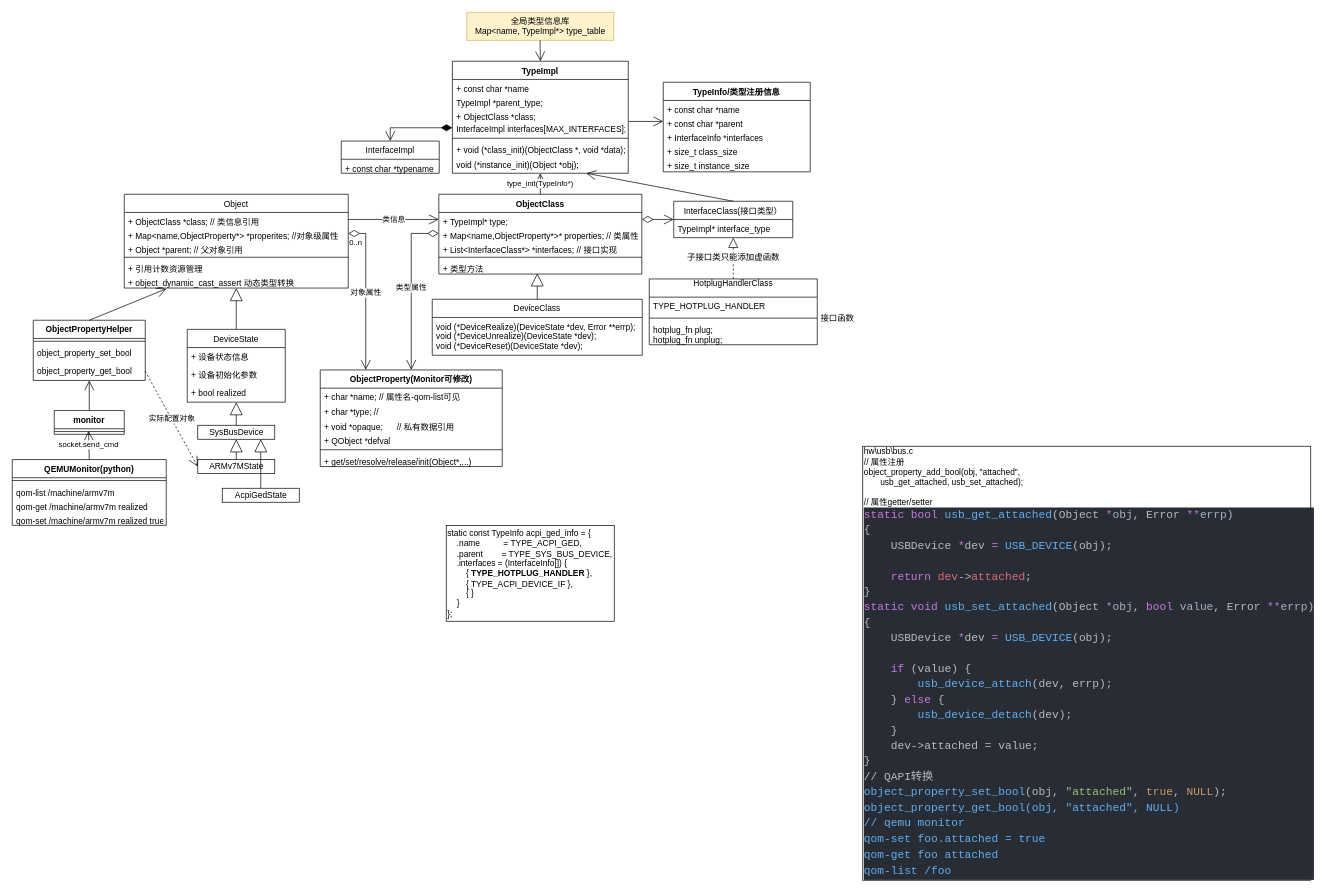
Above: QOM-BigArch.drawio in youtubezou/A-thinking-in-linux (draw.io), before the change. Source tidied: cells renumbered, new cells numbered last; positions are measured from the earlier drawing's top-left corner, leaving out a move shared by most shapes. Both pictures are drawn from the tidied source at 70%, with x=0, y=0 at pixel (12, 12).
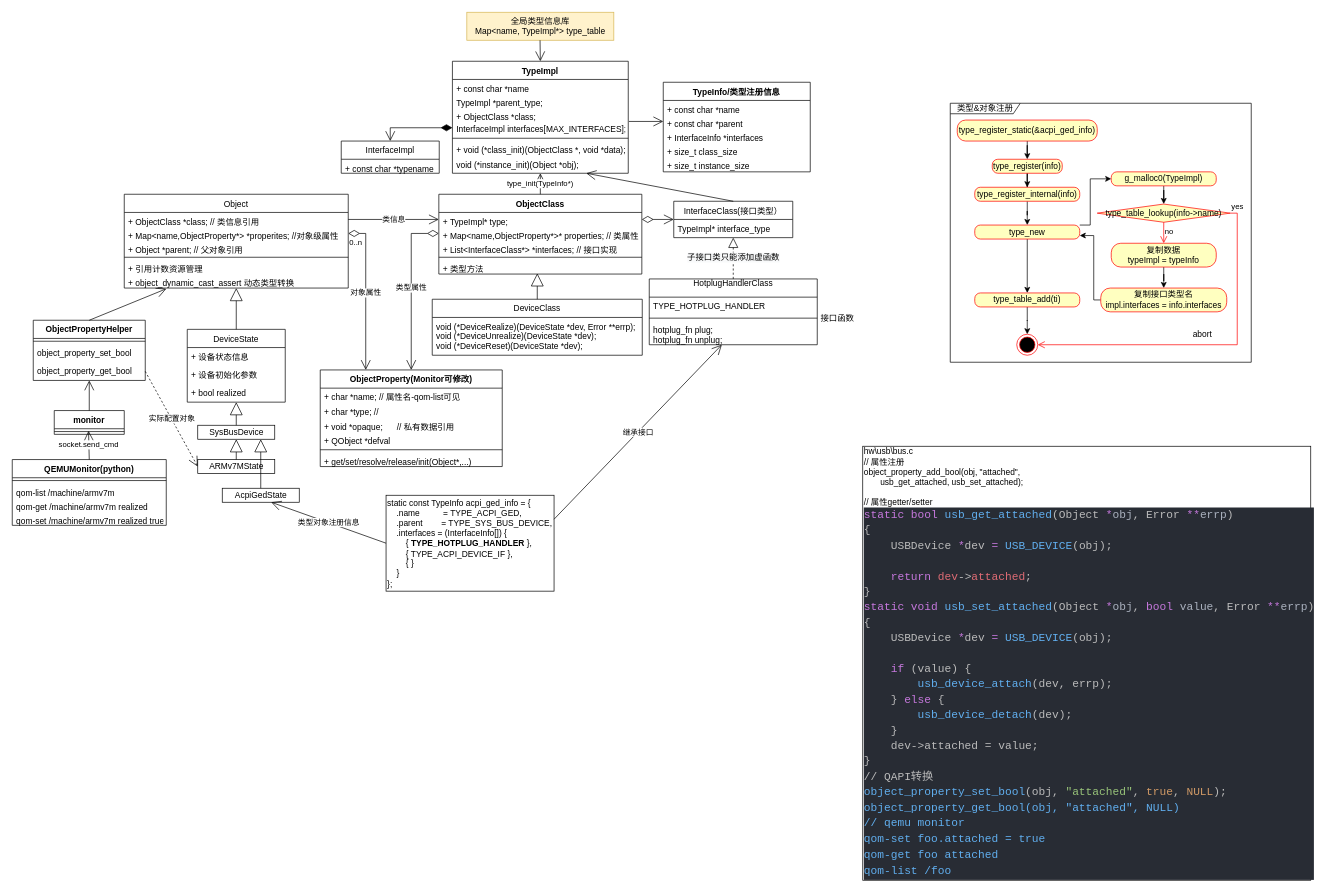
The same page after the edit.

The change refers to these unchanged cells:
```xml
<mxCell id="24" value="hotplug_fn plug;&#10;hotplug_fn unplug;" style="text;strokeColor=none;fillColor=none;align=left;verticalAlign=top;spacingLeft=4;spacingRight=4;overflow=hidden;points=[[0,0.5],[1,0.5]];portConstraint=eastwest;" parent="21" vertex="1">
  <mxGeometry y="60" width="240" height="34" as="geometry" />
</mxCell>
<mxCell id="83" value="AcpiGedState" style="html=1;" parent="1" vertex="1">
  <mxGeometry x="300" y="680" width="110" height="20" as="geometry" />
</mxCell>
```

What changed in the source:
```diff
@@
+    <mxCell id="87" value="类型&amp;amp;对象注册" style="shape=umlFrame;whiteSpace=wrap;html=1;width=100;height=15;swimlaneFillColor=default;" parent="1" vertex="1">
+      <mxGeometry x="1340" y="130" width="430" height="370" as="geometry" />
+    </mxCell>
@@
     <mxCell id="86" value="&lt;div&gt;static const TypeInfo acpi_ged_info = {&lt;/div&gt;&lt;div&gt;&amp;nbsp; &amp;nbsp; .name&amp;nbsp; &amp;nbsp; &amp;nbsp; &amp;nbsp; &amp;nbsp; = TYPE_ACPI_GED,&lt;/div&gt;&lt;div&gt;&amp;nbsp; &amp;nbsp; .parent&amp;nbsp; &amp;nbsp; &amp;nbsp; &amp;nbsp; = TYPE_SYS_BUS_DEVICE,&lt;/div&gt;&lt;div&gt;&amp;nbsp; &amp;nbsp; .interfaces = (InterfaceInfo[]) {&lt;/div&gt;&lt;div&gt;&amp;nbsp; &amp;nbsp; &amp;nbsp; &amp;nbsp; { &lt;b&gt;TYPE_HOTPLUG_HANDLER &lt;/b&gt;},&lt;/div&gt;&lt;div&gt;&amp;nbsp; &amp;nbsp; &amp;nbsp; &amp;nbsp; { TYPE_ACPI_DEVICE_IF },&lt;/div&gt;&lt;div&gt;&amp;nbsp; &amp;nbsp; &amp;nbsp; &amp;nbsp; { }&lt;/div&gt;&lt;div&gt;&amp;nbsp; &amp;nbsp; }&lt;/div&gt;&lt;div&gt;};&lt;/div&gt;" style="html=1;align=left;" parent="1" vertex="1">
-      <mxGeometry x="620" y="733" width="240" height="137" as="geometry" />
+      <mxGeometry x="534" y="690" width="240" height="137" as="geometry" />
     </mxCell>
+    <mxCell id="88" value="类型对象注册信息" style="endArrow=open;endFill=1;endSize=12;html=1;rounded=0;entryX=0.636;entryY=1;entryDx=0;entryDy=0;entryPerimeter=0;exitX=0;exitY=0.5;exitDx=0;exitDy=0;" parent="1" edge="1" source="86" target="83">
+      <mxGeometry relative="1" as="geometry" />
+    </mxCell>
+    <mxCell id="89" value="继承接口" style="endArrow=open;endFill=1;endSize=12;html=1;rounded=0;exitX=1;exitY=0.25;exitDx=0;exitDy=0;" parent="1" edge="1" source="86" target="24">
+      <mxGeometry relative="1" as="geometry" />
+    </mxCell>
+    <mxCell id="90" style="edgeStyle=orthogonalEdgeStyle;rounded=0;jettySize=auto;html=1;" parent="1" edge="1" source="91" target="93">
+      <mxGeometry relative="1" as="geometry" />
+    </mxCell>
+    <mxCell id="91" value="type_register_static(&amp;amp;acpi_ged_info)" style="rounded=1;whiteSpace=wrap;html=1;arcSize=40;fontColor=#000000;fillColor=#ffffc0;strokeColor=#ff0000;" parent="1" vertex="1">
+      <mxGeometry x="1350" y="154" width="200" height="30" as="geometry" />
+    </mxCell>
+    <mxCell id="92" style="edgeStyle=orthogonalEdgeStyle;rounded=0;jettySize=auto;html=1;" parent="1" edge="1" source="93" target="95">
+      <mxGeometry relative="1" as="geometry" />
+    </mxCell>
+    <mxCell id="93" value="type_register(info)" style="rounded=1;whiteSpace=wrap;html=1;arcSize=40;fontColor=#000000;fillColor=#ffffc0;strokeColor=#ff0000;" parent="1" vertex="1">
+      <mxGeometry x="1400" y="210" width="100" height="20" as="geometry" />
+    </mxCell>
+    <mxCell id="94" style="edgeStyle=orthogonalEdgeStyle;rounded=0;jettySize=auto;html=1;" parent="1" edge="1" source="95" target="98">
+      <mxGeometry relative="1" as="geometry" />
+    </mxCell>
+    <mxCell id="95" value="type_register_internal(info)" style="rounded=1;whiteSpace=wrap;html=1;arcSize=40;fontColor=#000000;fillColor=#ffffc0;strokeColor=#ff0000;" parent="1" vertex="1">
+      <mxGeometry x="1375" y="250" width="150" height="20" as="geometry" />
+    </mxCell>
+    <mxCell id="96" style="edgeStyle=orthogonalEdgeStyle;rounded=0;jettySize=auto;html=1;" parent="1" edge="1" source="98" target="100">
+      <mxGeometry relative="1" as="geometry" />
+    </mxCell>
+    <mxCell id="97" style="edgeStyle=orthogonalEdgeStyle;rounded=0;jettySize=auto;html=1;entryX=0;entryY=0.5;entryDx=0;entryDy=0;exitX=1;exitY=0;exitDx=0;exitDy=0;" parent="1" edge="1" source="98" target="102">
+      <mxGeometry relative="1" as="geometry">
+        <Array as="points">
+          <mxPoint x="1540" y="304" />
+          <mxPoint x="1540" y="238" />
+        </Array>
+      </mxGeometry>
+    </mxCell>
+    <mxCell id="98" value="type_new" style="rounded=1;whiteSpace=wrap;html=1;arcSize=40;fontColor=#000000;fillColor=#ffffc0;strokeColor=#ff0000;" parent="1" vertex="1">
+      <mxGeometry x="1375" y="304" width="150" height="20" as="geometry" />
+    </mxCell>
+    <mxCell id="99" style="edgeStyle=orthogonalEdgeStyle;rounded=0;jettySize=auto;html=1;entryX=0.5;entryY=0;entryDx=0;entryDy=0;" parent="1" edge="1" source="100" target="110">
+      <mxGeometry relative="1" as="geometry" />
+    </mxCell>
+    <mxCell id="100" value="type_table_add(ti)" style="rounded=1;whiteSpace=wrap;html=1;arcSize=40;fontColor=#000000;fillColor=#ffffc0;strokeColor=#ff0000;" parent="1" vertex="1">
+      <mxGeometry x="1375" y="401" width="150" height="20" as="geometry" />
+    </mxCell>
+    <mxCell id="101" style="edgeStyle=orthogonalEdgeStyle;rounded=0;jettySize=auto;html=1;" parent="1" edge="1" source="102" target="103">
+      <mxGeometry relative="1" as="geometry" />
+    </mxCell>
+    <mxCell id="102" value="g_malloc0(TypeImpl)" style="rounded=1;whiteSpace=wrap;html=1;arcSize=40;fontColor=#000000;fillColor=#ffffc0;strokeColor=#ff0000;" parent="1" vertex="1">
+      <mxGeometry x="1570" y="228" width="150" height="20" as="geometry" />
+    </mxCell>
+    <mxCell id="103" value="type_table_lookup(info-&amp;gt;name)" style="rhombus;whiteSpace=wrap;html=1;fillColor=#ffffc0;strokeColor=#ff0000;" parent="1" vertex="1">
+      <mxGeometry x="1550" y="274" width="190" height="26" as="geometry" />
+    </mxCell>
+    <mxCell id="104" value="yes" style="edgeStyle=orthogonalEdgeStyle;html=1;align=left;verticalAlign=bottom;endArrow=open;endSize=8;strokeColor=#ff0000;rounded=0;entryX=1;entryY=0.5;entryDx=0;entryDy=0;" parent="1" edge="1" source="103" target="110">
+      <mxGeometry x="-1" relative="1" as="geometry">
+        <Array as="points">
+          <mxPoint x="1750" y="287" />
+          <mxPoint x="1750" y="475" />
+        </Array>
+      </mxGeometry>
+    </mxCell>
+    <mxCell id="105" value="no" style="edgeStyle=orthogonalEdgeStyle;html=1;align=left;verticalAlign=top;endArrow=open;endSize=8;strokeColor=#ff0000;rounded=0;entryX=0.5;entryY=0;entryDx=0;entryDy=0;" parent="1" edge="1" source="103" target="107">
+      <mxGeometry x="-1" relative="1" as="geometry" />
+    </mxCell>
+    <mxCell id="106" style="edgeStyle=orthogonalEdgeStyle;rounded=0;jettySize=auto;html=1;" parent="1" edge="1" source="107" target="109">
+      <mxGeometry relative="1" as="geometry" />
+    </mxCell>
+    <mxCell id="107" value="复制数据&lt;br&gt;typeImpl = typeInfo" style="rounded=1;whiteSpace=wrap;html=1;arcSize=40;fontColor=#000000;fillColor=#ffffc0;strokeColor=#ff0000;" parent="1" vertex="1">
+      <mxGeometry x="1570" y="330" width="150" height="34" as="geometry" />
+    </mxCell>
+    <mxCell id="108" style="edgeStyle=orthogonalEdgeStyle;rounded=0;jettySize=auto;html=1;entryX=1;entryY=0.75;entryDx=0;entryDy=0;" parent="1" edge="1" source="109" target="98">
+      <mxGeometry relative="1" as="geometry">
+        <Array as="points">
+          <mxPoint x="1545" y="411" />
+          <mxPoint x="1545" y="319" />
+        </Array>
+      </mxGeometry>
+    </mxCell>
+    <mxCell id="109" value="复制接口类型名&lt;br&gt;impl.interfaces = info.interfaces" style="rounded=1;whiteSpace=wrap;html=1;arcSize=40;fontColor=#000000;fillColor=#ffffc0;strokeColor=#ff0000;" parent="1" vertex="1">
+      <mxGeometry x="1555" y="394" width="180" height="34" as="geometry" />
+    </mxCell>
+    <mxCell id="110" style="ellipse;html=1;shape=endState;fillColor=#000000;strokeColor=#ff0000;" parent="1" vertex="1">
+      <mxGeometry x="1435" y="460" width="30" height="30" as="geometry" />
+    </mxCell>
+    <mxCell id="111" value="abort" style="text;html=1;align=center;verticalAlign=middle;strokeColor=none;fillColor=none;" parent="1" vertex="1">
+      <mxGeometry x="1680" y="450" width="40" height="20" as="geometry" />
+    </mxCell>
```
